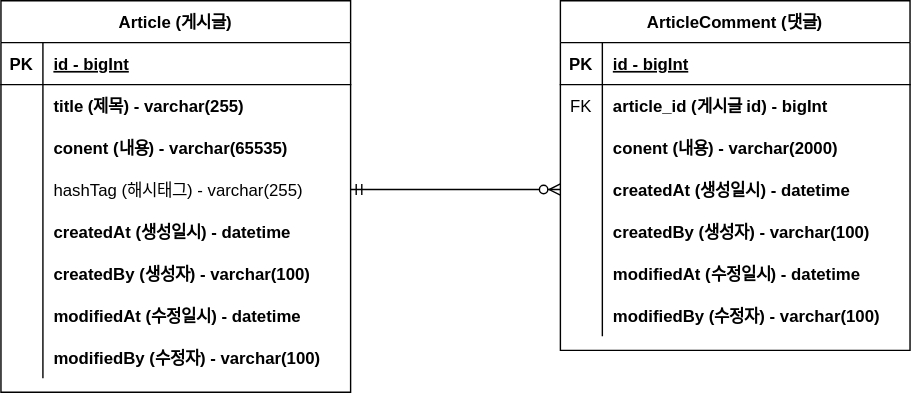
The draw.io diagram document/project-board-erd.svg in Jaotk/campus-project-board, before a commit. Source tidied: cells renumbered, new cells last; positions are measured from the earlier drawing's top-left corner, leaving out a move shared by most shapes.
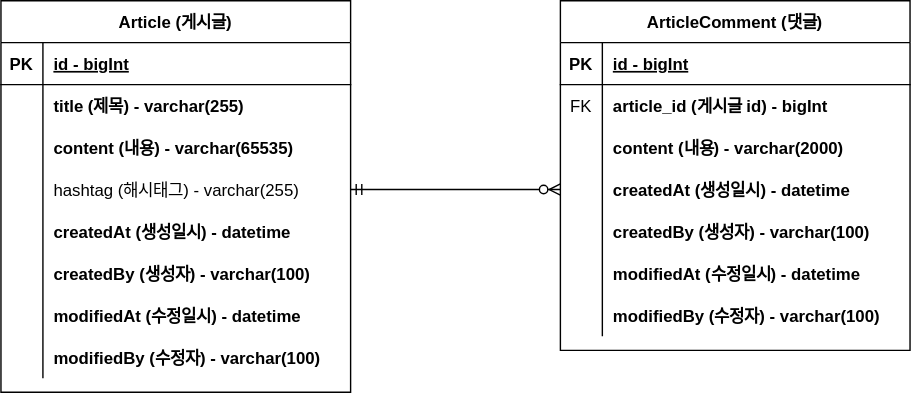
Later version of the same file.

The edit, as a diff of the source:
```diff
@@ -29,7 +29,7 @@
     <mxCell id="10" style="shape=partialRectangle;overflow=hidden;fillColor=none;top=0;left=0;bottom=0;right=0;" parent="9" vertex="1">
       <mxGeometry width="30" height="30" as="geometry" />
     </mxCell>
-    <mxCell id="11" value="conent (내용) - varchar(65535)" style="shape=partialRectangle;overflow=hidden;fillColor=none;top=0;left=0;bottom=0;right=0;align=left;spacingLeft=6;fontStyle=1;" parent="9" vertex="1">
+    <mxCell id="11" value="content (내용) - varchar(65535)" style="shape=partialRectangle;overflow=hidden;fillColor=none;top=0;left=0;bottom=0;right=0;align=left;spacingLeft=6;fontStyle=1;" parent="9" vertex="1">
       <mxGeometry x="30" width="220" height="30" as="geometry" />
     </mxCell>
     <mxCell id="12" style="shape=partialRectangle;fillColor=none;points=[[0,0.5],[1,0.5]];portConstraint=eastwest;top=0;left=0;right=0;bottom=0;" parent="2" vertex="1">
@@ -38,7 +38,7 @@
     <mxCell id="13" style="shape=partialRectangle;overflow=hidden;fillColor=none;top=0;left=0;bottom=0;right=0;" parent="12" vertex="1">
       <mxGeometry width="30" height="30" as="geometry" />
     </mxCell>
-    <mxCell id="14" value="hashTag (해시태그) - varchar(255)" style="shape=partialRectangle;overflow=hidden;fillColor=none;top=0;left=0;bottom=0;right=0;align=left;spacingLeft=6;fontStyle=0;" parent="12" vertex="1">
+    <mxCell id="14" value="hashtag (해시태그) - varchar(255)" style="shape=partialRectangle;overflow=hidden;fillColor=none;top=0;left=0;bottom=0;right=0;align=left;spacingLeft=6;fontStyle=0;" parent="12" vertex="1">
       <mxGeometry x="30" width="220" height="30" as="geometry" />
     </mxCell>
     <mxCell id="15" style="shape=partialRectangle;fillColor=none;top=0;left=0;right=0;bottom=0;" parent="2" vertex="1">
@@ -104,7 +104,7 @@
     <mxCell id="35" style="shape=partialRectangle;overflow=hidden;fillColor=none;top=0;left=0;bottom=0;right=0;" parent="34" vertex="1">
       <mxGeometry width="30" height="30" as="geometry" />
     </mxCell>
-    <mxCell id="36" value="conent (내용) - varchar(2000)" style="shape=partialRectangle;overflow=hidden;fillColor=none;top=0;left=0;bottom=0;right=0;align=left;spacingLeft=6;fontStyle=1;" parent="34" vertex="1">
+    <mxCell id="36" value="content (내용) - varchar(2000)" style="shape=partialRectangle;overflow=hidden;fillColor=none;top=0;left=0;bottom=0;right=0;align=left;spacingLeft=6;fontStyle=1;" parent="34" vertex="1">
       <mxGeometry x="30" width="220" height="30" as="geometry" />
     </mxCell>
     <mxCell id="37" style="shape=partialRectangle;fillColor=none;points=[[0,0.5],[1,0.5]];portConstraint=eastwest;top=0;left=0;right=0;bottom=0;" parent="27" vertex="1">
```
